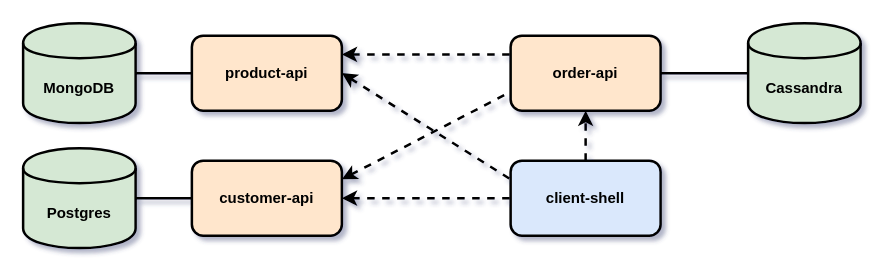
The draw.io diagram images/project-diagram.drawio in ivangfr/spring-webflux-reactive-databases, before the edit. Source tidied: cells renumbered, new cells numbered last; positions are measured from the earlier drawing's top-left corner, leaving out a move shared by most shapes. Both pictures are drawn from the tidied source at 125%, with x=0, y=0 at pixel (22, 22).
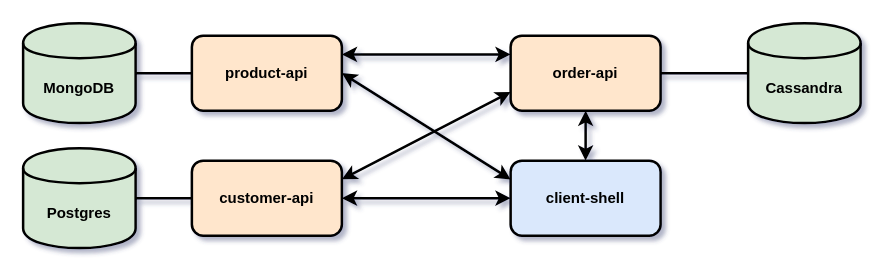
The same page after the edit.

Diff of the diagram source:
```diff
@@
 <mxGraphModel shadow="1">
   <root>
     <mxCell id="0" />
     <mxCell id="1" parent="0" />
     <mxCell id="2" value="product-api" style="rounded=1;whiteSpace=wrap;html=1;strokeWidth=2;fontStyle=1;fillColor=#ffe6cc;strokeColor=#000000;" parent="1" vertex="1">
       <mxGeometry x="135" y="10" width="120" height="60" as="geometry" />
     </mxCell>
     <mxCell id="3" value="customer-api" style="rounded=1;whiteSpace=wrap;html=1;strokeWidth=2;fontStyle=1;fillColor=#ffe6cc;strokeColor=#000000;" parent="1" vertex="1">
       <mxGeometry x="135" y="110" width="120" height="60" as="geometry" />
     </mxCell>
     <mxCell id="4" value="order-api" style="rounded=1;whiteSpace=wrap;html=1;strokeWidth=2;fontStyle=1;fillColor=#ffe6cc;strokeColor=#000000;" parent="1" vertex="1">
       <mxGeometry x="390" y="10" width="120" height="60" as="geometry" />
     </mxCell>
     <mxCell id="5" value="client-shell" style="rounded=1;whiteSpace=wrap;html=1;strokeWidth=2;fontStyle=1;fillColor=#dae8fc;strokeColor=#000000;" parent="1" vertex="1">
       <mxGeometry x="390" y="110" width="120" height="60" as="geometry" />
     </mxCell>
     <mxCell id="6" value="MongoDB" style="shape=cylinder;whiteSpace=wrap;html=1;boundedLbl=1;backgroundOutline=1;strokeWidth=2;fontStyle=1;fillColor=#d5e8d4;strokeColor=#000000;" parent="1" vertex="1">
       <mxGeometry width="90" height="80" as="geometry" />
     </mxCell>
     <mxCell id="7" value="Cassandra" style="shape=cylinder;whiteSpace=wrap;html=1;boundedLbl=1;backgroundOutline=1;strokeWidth=2;fontStyle=1;fillColor=#d5e8d4;strokeColor=#000000;" parent="1" vertex="1">
       <mxGeometry x="580" width="90" height="80" as="geometry" />
     </mxCell>
     <mxCell id="8" value="Postgres" style="shape=cylinder;whiteSpace=wrap;html=1;boundedLbl=1;backgroundOutline=1;strokeWidth=2;fontStyle=1;fillColor=#d5e8d4;strokeColor=#000000;" parent="1" vertex="1">
       <mxGeometry y="100" width="90" height="80" as="geometry" />
     </mxCell>
     <mxCell id="9" style="endArrow=none;html=1;entryX=0;entryY=0.5;entryDx=0;entryDy=0;exitX=1;exitY=0.5;exitDx=0;exitDy=0;strokeWidth=2;" parent="1" edge="1" source="6" target="2">
       <mxGeometry relative="1" as="geometry" />
     </mxCell>
     <mxCell id="10" style="endArrow=none;html=1;entryX=0;entryY=0.5;entryDx=0;entryDy=0;exitX=1;exitY=0.5;exitDx=0;exitDy=0;strokeWidth=2;" parent="1" edge="1" source="8" target="3">
       <mxGeometry relative="1" as="geometry" />
     </mxCell>
     <mxCell id="11" style="endArrow=none;html=1;entryX=1;entryY=0.5;entryDx=0;entryDy=0;strokeWidth=2;exitX=0;exitY=0.5;exitDx=0;exitDy=0;" parent="1" edge="1" source="7" target="4">
       <mxGeometry relative="1" as="geometry" />
     </mxCell>
-    <mxCell id="12" style="endArrow=none;startArrow=classic;html=1;strokeWidth=2;exitX=1;exitY=0.5;exitDx=0;exitDy=0;entryX=0;entryY=0.5;entryDx=0;entryDy=0;dashed=1;endFill=0;" parent="1" edge="1" source="3" target="5">
+    <mxCell id="12" style="endArrow=classic;startArrow=classic;html=1;strokeWidth=2;exitX=1;exitY=0.5;exitDx=0;exitDy=0;entryX=0;entryY=0.5;entryDx=0;entryDy=0;endFill=1;" parent="1" edge="1" source="3" target="5">
       <mxGeometry relative="1" as="geometry" />
     </mxCell>
-    <mxCell id="13" style="endArrow=none;startArrow=classic;html=1;strokeWidth=2;exitX=1;exitY=0.5;exitDx=0;exitDy=0;entryX=0;entryY=0.25;entryDx=0;entryDy=0;dashed=1;endFill=0;" parent="1" edge="1" source="2" target="5">
+    <mxCell id="13" style="endArrow=classic;startArrow=classic;html=1;strokeWidth=2;exitX=1;exitY=0.5;exitDx=0;exitDy=0;entryX=0;entryY=0.25;entryDx=0;entryDy=0;endFill=1;" parent="1" edge="1" source="2" target="5">
       <mxGeometry relative="1" as="geometry" />
     </mxCell>
-    <mxCell id="14" style="endArrow=classic;startArrow=none;html=1;strokeWidth=2;entryX=0.5;entryY=1;entryDx=0;entryDy=0;exitX=0.5;exitY=0;exitDx=0;exitDy=0;dashed=1;endFill=1;startFill=0;" parent="1" edge="1" source="5" target="4">
+    <mxCell id="14" style="endArrow=classic;startArrow=classic;html=1;strokeWidth=2;entryX=0.5;entryY=1;entryDx=0;entryDy=0;exitX=0.5;exitY=0;exitDx=0;exitDy=0;endFill=1;startFill=1;" parent="1" edge="1" source="5" target="4">
       <mxGeometry relative="1" as="geometry" />
     </mxCell>
-    <mxCell id="15" style="endArrow=none;startArrow=classic;html=1;strokeWidth=2;exitX=1;exitY=0.25;exitDx=0;exitDy=0;entryX=0;entryY=0.25;entryDx=0;entryDy=0;dashed=1;endFill=0;" parent="1" edge="1" source="2" target="4">
+    <mxCell id="15" style="endArrow=classic;startArrow=classic;html=1;strokeWidth=2;exitX=1;exitY=0.25;exitDx=0;exitDy=0;entryX=0;entryY=0.25;entryDx=0;entryDy=0;endFill=1;" parent="1" edge="1" source="2" target="4">
       <mxGeometry relative="1" as="geometry" />
     </mxCell>
-    <mxCell id="16" style="endArrow=none;startArrow=classic;html=1;strokeWidth=2;exitX=1;exitY=0.25;exitDx=0;exitDy=0;entryX=0;entryY=0.75;entryDx=0;entryDy=0;dashed=1;endFill=0;" parent="1" edge="1" source="3" target="4">
+    <mxCell id="16" style="endArrow=classic;startArrow=classic;html=1;strokeWidth=2;exitX=1;exitY=0.25;exitDx=0;exitDy=0;entryX=0;entryY=0.75;entryDx=0;entryDy=0;endFill=1;" parent="1" edge="1" source="3" target="4">
       <mxGeometry relative="1" as="geometry" />
     </mxCell>
   </root>
 </mxGraphModel>
```
